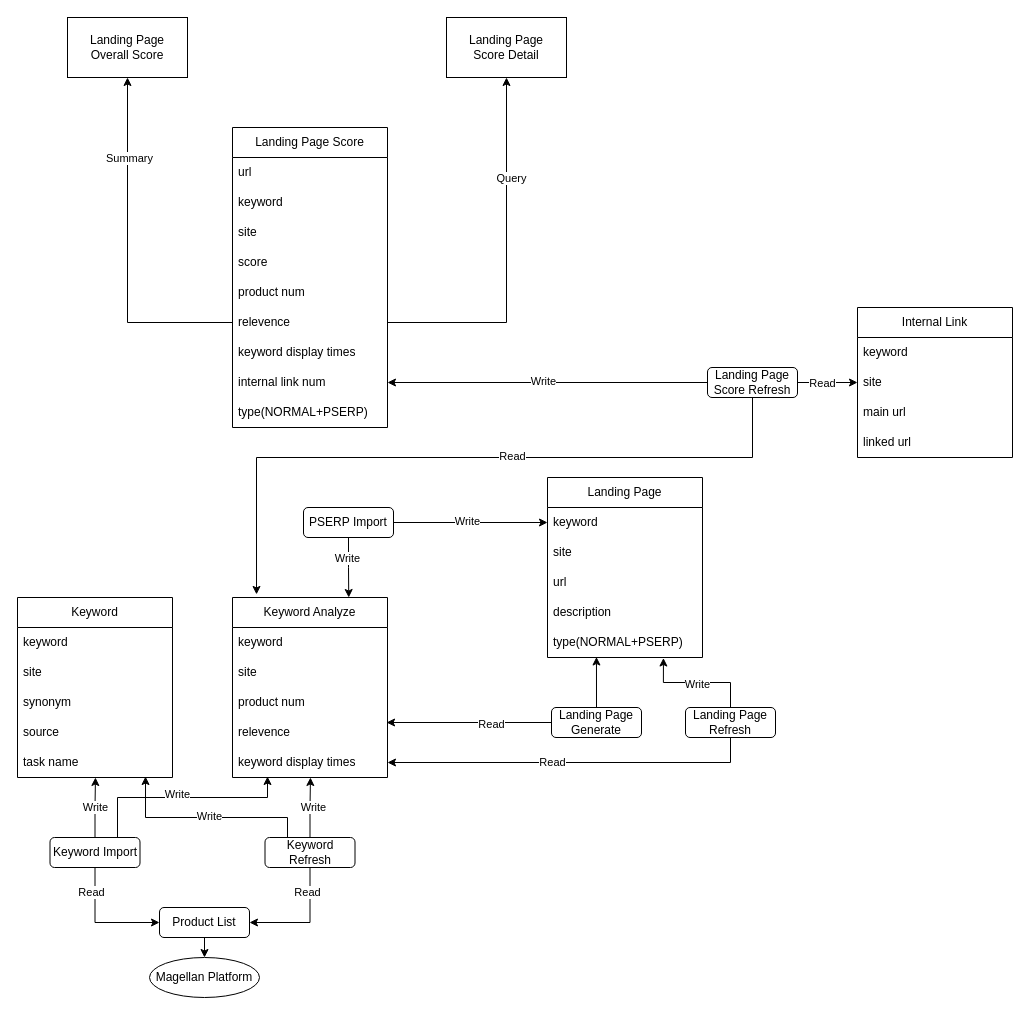
Earlier version of the draw.io diagram drawio/page_score.drawio (VisableHarry/seo-drawio). Source tidied: cells renumbered, new cells numbered last; positions are measured from the earlier drawing's top-left corner, leaving out a move shared by most shapes. Both pictures are drawn from the tidied source at 100%, with x=0, y=0 at pixel (17, 17).
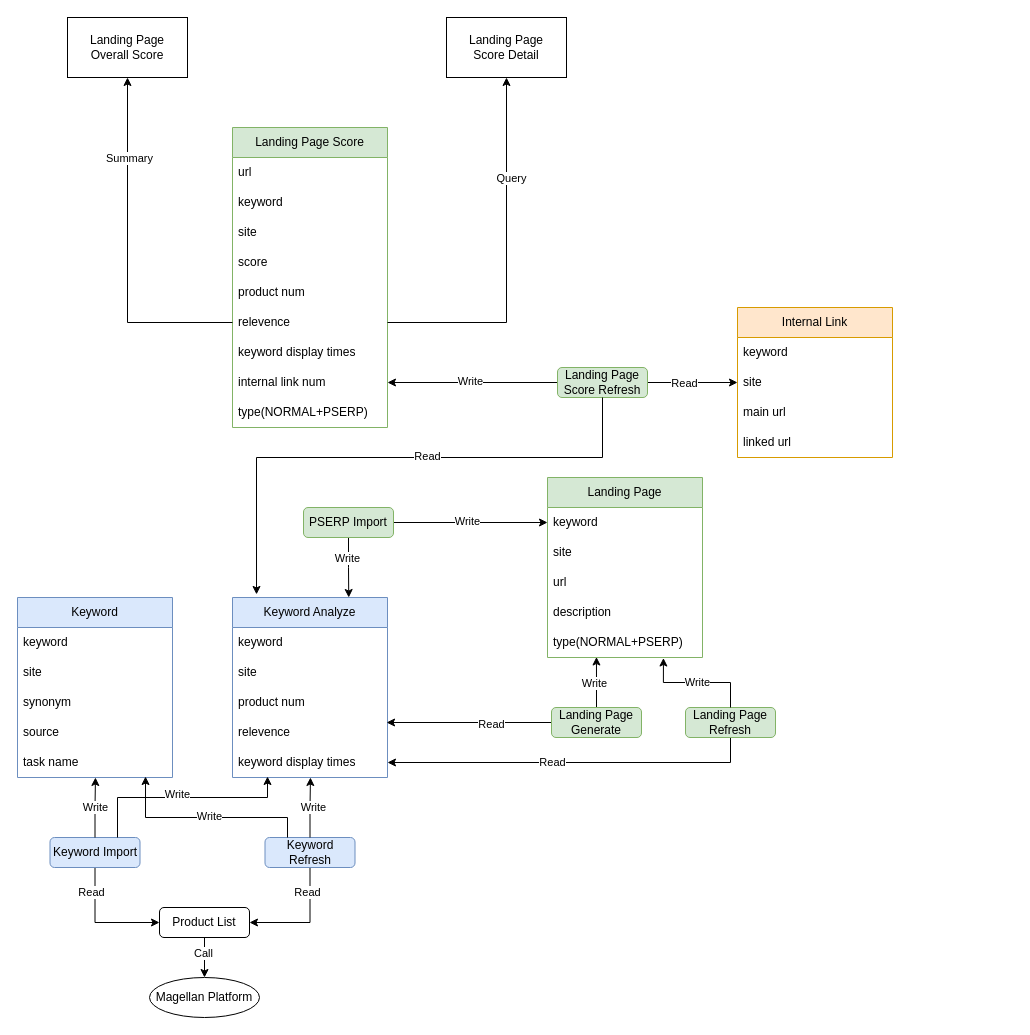
The same page after the edit.

Unchanged cells that the change refers to:
```xml
<mxCell id="5" style="edgeStyle=orthogonalEdgeStyle;rounded=0;jettySize=auto;html=1;exitX=0.5;exitY=1;exitDx=0;exitDy=0;entryX=0.5;entryY=0;entryDx=0;entryDy=0;" parent="1" edge="1" source="6" target="7">
  <mxGeometry relative="1" as="geometry" />
</mxCell>
<mxCell id="41" style="edgeStyle=orthogonalEdgeStyle;rounded=0;jettySize=auto;html=1;exitX=0.5;exitY=0;exitDx=0;exitDy=0;entryX=0.316;entryY=0.983;entryDx=0;entryDy=0;entryPerimeter=0;" parent="1" edge="1" source="44" target="40">
  <mxGeometry relative="1" as="geometry" />
</mxCell>
<mxCell id="48" style="edgeStyle=orthogonalEdgeStyle;rounded=0;jettySize=auto;html=1;exitX=0.5;exitY=0;exitDx=0;exitDy=0;entryX=0.748;entryY=1.017;entryDx=0;entryDy=0;entryPerimeter=0;" parent="1" edge="1" source="47" target="40">
  <mxGeometry relative="1" as="geometry" />
</mxCell>
```

What changed in the source:
```diff
@@
-    <mxCell id="4" value="Keyword Import" style="rounded=1;whiteSpace=wrap;html=1;" parent="1" vertex="1">
+    <mxCell id="4" value="Keyword Import" style="rounded=1;whiteSpace=wrap;html=1;fillColor=#dae8fc;strokeColor=#6c8ebf;" parent="1" vertex="1">
       <mxGeometry x="32.5" y="820" width="90" height="30" as="geometry" />
     </mxCell>
@@
+    <mxCell id="78" value="Call" style="edgeLabel;html=1;align=center;verticalAlign=middle;" parent="5" vertex="1">
+      <mxGeometry x="-0.23" y="-2" relative="1" as="geometry" />
+    </mxCell>
@@
     <mxCell id="7" value="Magellan Platform" style="ellipse;whiteSpace=wrap;html=1;" parent="1" vertex="1">
-      <mxGeometry x="132" y="940" width="110" height="40" as="geometry" />
+      <mxGeometry x="132" y="960" width="110" height="40" as="geometry" />
     </mxCell>
@@
-    <mxCell id="10" value="Landing Page Score" style="swimlane;fontStyle=0;horizontal=1;startSize=30;whiteSpace=wrap;html=1;" parent="1" vertex="1">
+    <mxCell id="10" value="Landing Page Score" style="swimlane;fontStyle=0;horizontal=1;startSize=30;whiteSpace=wrap;html=1;fillColor=#d5e8d4;strokeColor=#82b366;" parent="1" vertex="1">
       <mxGeometry x="215" y="110" width="155" height="300" as="geometry" />
     </mxCell>
@@
-    <mxCell id="24" value="Keyword Analyze" style="swimlane;fontStyle=0;horizontal=1;startSize=30;whiteSpace=wrap;html=1;" parent="1" vertex="1">
+    <mxCell id="24" value="Keyword Analyze" style="swimlane;fontStyle=0;horizontal=1;startSize=30;whiteSpace=wrap;html=1;fillColor=#dae8fc;strokeColor=#6c8ebf;" parent="1" vertex="1">
       <mxGeometry x="215" y="580" width="155" height="180" as="geometry" />
     </mxCell>
@@
-    <mxCell id="34" value="Landing Page Score Refresh" style="rounded=1;whiteSpace=wrap;html=1;" parent="1" vertex="1">
-      <mxGeometry x="690" y="350" width="90" height="30" as="geometry" />
+    <mxCell id="34" value="Landing Page Score Refresh" style="rounded=1;whiteSpace=wrap;html=1;fillColor=#d5e8d4;strokeColor=#82b366;" parent="1" vertex="1">
+      <mxGeometry x="540" y="350" width="90" height="30" as="geometry" />
     </mxCell>
-    <mxCell id="35" value="Landing Page" style="swimlane;fontStyle=0;horizontal=1;startSize=30;whiteSpace=wrap;html=1;" parent="1" vertex="1">
+    <mxCell id="35" value="Landing Page" style="swimlane;fontStyle=0;horizontal=1;startSize=30;whiteSpace=wrap;html=1;fillColor=#d5e8d4;strokeColor=#82b366;" parent="1" vertex="1">
       <mxGeometry x="530" y="460" width="155" height="180" as="geometry" />
     </mxCell>
@@
+    <mxCell id="79" value="Write" style="edgeLabel;html=1;align=center;verticalAlign=middle;" parent="41" vertex="1">
+      <mxGeometry x="0.15" y="2" relative="1" as="geometry">
+        <mxPoint y="4" as="offset" />
+      </mxGeometry>
+    </mxCell>
@@
-    <mxCell id="44" value="Landing Page Generate" style="rounded=1;whiteSpace=wrap;html=1;" parent="1" vertex="1">
+    <mxCell id="44" value="Landing Page Generate" style="rounded=1;whiteSpace=wrap;html=1;fillColor=#d5e8d4;strokeColor=#82b366;" parent="1" vertex="1">
       <mxGeometry x="534" y="690" width="90" height="30" as="geometry" />
     </mxCell>
@@
-    <mxCell id="47" value="Landing Page Refresh" style="rounded=1;whiteSpace=wrap;html=1;" parent="1" vertex="1">
+    <mxCell id="47" value="Landing Page Refresh" style="rounded=1;whiteSpace=wrap;html=1;fillColor=#d5e8d4;strokeColor=#82b366;" parent="1" vertex="1">
       <mxGeometry x="668" y="690" width="90" height="30" as="geometry" />
     </mxCell>
@@
     <mxCell id="49" value="Write" style="edgeLabel;html=1;align=center;verticalAlign=middle;" parent="48" vertex="1">
-      <mxGeometry x="0.02" y="1" relative="1" as="geometry" />
+      <mxGeometry x="0.02" y="1" relative="1" as="geometry">
+        <mxPoint y="-2" as="offset" />
+      </mxGeometry>
     </mxCell>
@@
-    <mxCell id="52" value="Keyword Refresh" style="rounded=1;whiteSpace=wrap;html=1;" parent="1" vertex="1">
+    <mxCell id="52" value="Keyword Refresh" style="rounded=1;whiteSpace=wrap;html=1;fillColor=#dae8fc;strokeColor=#6c8ebf;" parent="1" vertex="1">
       <mxGeometry x="247.5" y="820" width="90" height="30" as="geometry" />
     </mxCell>
-    <mxCell id="53" value="Keyword" style="swimlane;fontStyle=0;horizontal=1;startSize=30;whiteSpace=wrap;html=1;" parent="1" vertex="1">
+    <mxCell id="53" value="Keyword" style="swimlane;fontStyle=0;horizontal=1;startSize=30;whiteSpace=wrap;html=1;fillColor=#dae8fc;strokeColor=#6c8ebf;" parent="1" vertex="1">
       <mxGeometry y="580" width="155" height="180" as="geometry" />
     </mxCell>
@@
-    <mxCell id="66" value="Internal Link" style="swimlane;fontStyle=0;horizontal=1;startSize=30;whiteSpace=wrap;html=1;" parent="1" vertex="1">
-      <mxGeometry x="840" y="290" width="155" height="150" as="geometry" />
+    <mxCell id="66" value="Internal Link" style="swimlane;fontStyle=0;horizontal=1;startSize=30;whiteSpace=wrap;html=1;fillColor=#ffe6cc;strokeColor=#d79b00;" parent="1" vertex="1">
+      <mxGeometry x="720" y="290" width="155" height="150" as="geometry" />
     </mxCell>
@@
-    <mxCell id="75" value="PSERP Import" style="rounded=1;whiteSpace=wrap;html=1;" parent="1" vertex="1">
+    <mxCell id="75" value="PSERP Import" style="rounded=1;whiteSpace=wrap;html=1;fillColor=#d5e8d4;strokeColor=#82b366;" parent="1" vertex="1">
       <mxGeometry x="286" y="490" width="90" height="30" as="geometry" />
     </mxCell>
     <mxCell id="76" style="edgeStyle=orthogonalEdgeStyle;rounded=0;jettySize=auto;html=1;exitX=0.5;exitY=1;exitDx=0;exitDy=0;entryX=0.155;entryY=-0.017;entryDx=0;entryDy=0;entryPerimeter=0;" parent="1" edge="1" source="34" target="24">
       <mxGeometry relative="1" as="geometry">
         <Array as="points">
-          <mxPoint x="735" y="440" />
+          <mxPoint x="585" y="440" />
           <mxPoint x="239" y="440" />
         </Array>
       </mxGeometry>
     </mxCell>
```
